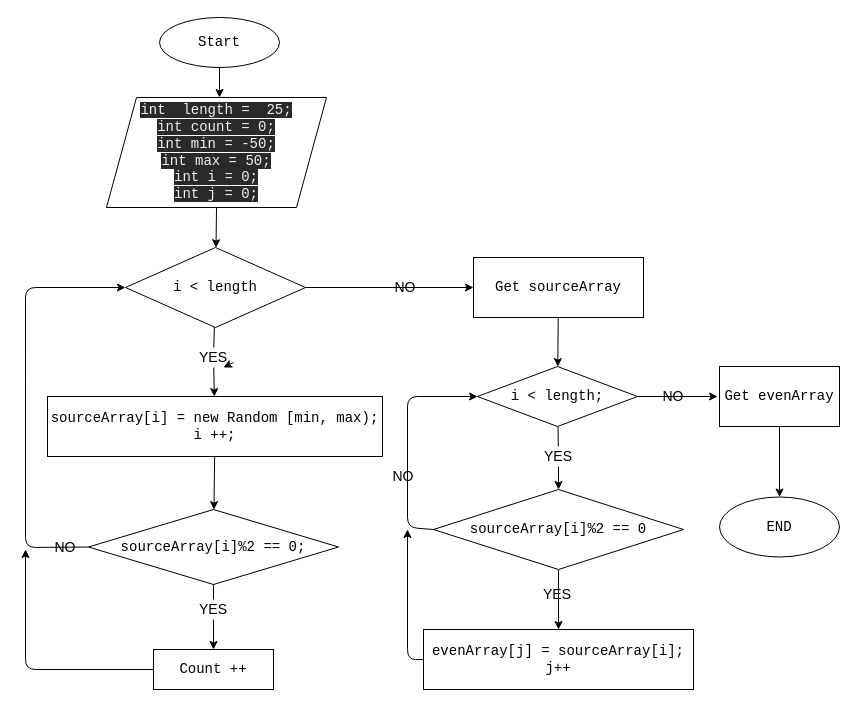
This is Algorithm.drawio from NataSola/FinalWork, a draw.io file, before an edit. Source tidied: cells renumbered, new cells numbered last; positions are measured from the earlier drawing's top-left corner, leaving out a move shared by most shapes. Both pictures are drawn from the tidied source at 100%, with x=0, y=0 at pixel (25, 17).
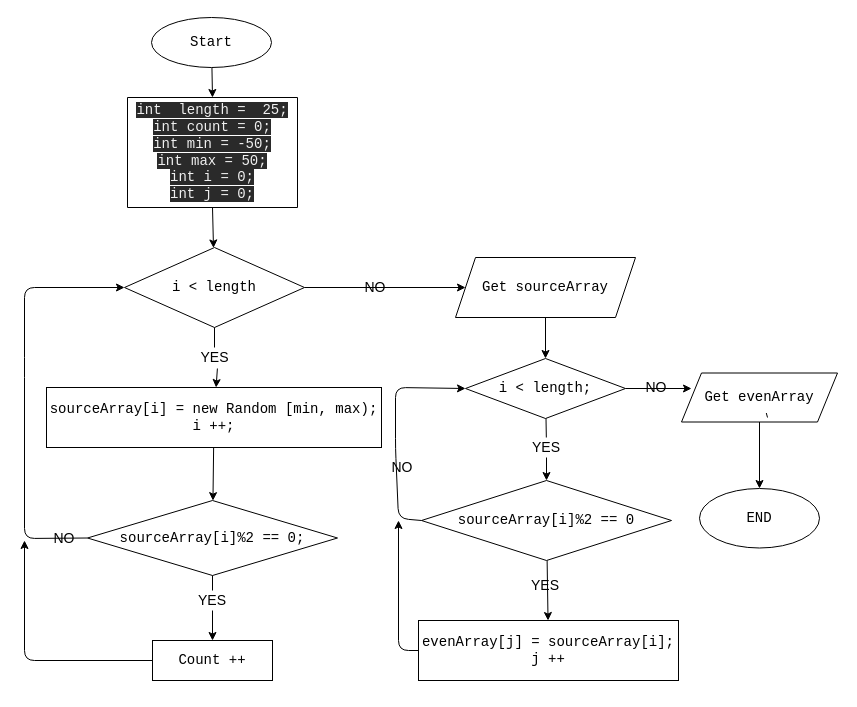
The same diagram, later.

Diff of the diagram source:
```diff
@@
-    <mxCell id="2" style="edgeStyle=none;html=1;" parent="1" edge="1" source="3">
-      <mxGeometry relative="1" as="geometry">
-        <mxPoint x="194" y="80" as="targetPoint" />
-      </mxGeometry>
+    <mxCell id="2" style="edgeStyle=none;html=1;entryX=0.5;entryY=0;entryDx=0;entryDy=0;" parent="1" edge="1" source="3" target="21">
+      <mxGeometry relative="1" as="geometry" />
     </mxCell>
     <mxCell id="3" value="Start" style="ellipse;whiteSpace=wrap;html=1;fontSize=14;fontFamily=Courier New;" parent="1" vertex="1">
-      <mxGeometry x="134" width="120" height="50" as="geometry" />
+      <mxGeometry x="126" width="120" height="50" as="geometry" />
     </mxCell>
@@
-    <mxCell id="5" style="edgeStyle=none;html=1;fontSize=14;" parent="1" edge="1" source="7" target="9">
+    <mxCell id="5" style="edgeStyle=none;html=1;fontSize=14;entryX=0;entryY=0.5;entryDx=0;entryDy=0;" parent="1" edge="1" source="7" target="9">
       <mxGeometry relative="1" as="geometry" />
     </mxCell>
-    <mxCell id="6" style="edgeStyle=none;html=1;fontSize=14;startArrow=none;" parent="1" edge="1" source="13" target="11">
-      <mxGeometry relative="1" as="geometry" />
+    <mxCell id="6" style="edgeStyle=none;html=1;fontSize=14;startArrow=none;" parent="1" edge="1" target="11">
+      <mxGeometry relative="1" as="geometry">
+        <mxPoint x="191.9" y="351" as="sourcePoint" />
+      </mxGeometry>
     </mxCell>
     <mxCell id="7" value="i &amp;lt; length" style="rhombus;whiteSpace=wrap;html=1;rounded=0;fontSize=14;fontFamily=Courier New;" parent="1" vertex="1">
-      <mxGeometry x="100" y="230" width="180" height="80" as="geometry" />
+      <mxGeometry x="99" y="230" width="180" height="80" as="geometry" />
     </mxCell>
-    <mxCell id="8" style="edgeStyle=none;html=1;fontFamily=Courier New;fontSize=14;" parent="1" edge="1" source="9" target="18">
+    <mxCell id="8" style="edgeStyle=none;html=1;fontFamily=Courier New;fontSize=14;exitX=0.5;exitY=1;exitDx=0;exitDy=0;" parent="1" edge="1" source="9" target="18">
       <mxGeometry relative="1" as="geometry" />
     </mxCell>
-    <mxCell id="9" value="Get sourceArray" style="whiteSpace=wrap;html=1;rounded=0;fontSize=14;fontFamily=Courier New;" parent="1" vertex="1">
-      <mxGeometry x="448" y="240" width="170" height="60" as="geometry" />
-    </mxCell>
     <mxCell id="10" style="edgeStyle=none;html=1;entryX=0;entryY=0.5;entryDx=0;entryDy=0;fontSize=14;exitX=0;exitY=0.5;exitDx=0;exitDy=0;" parent="1" edge="1" source="20" target="7">
       <mxGeometry relative="1" as="geometry">
         <Array as="points">
-          <mxPoint y="530" />
-          <mxPoint y="350" />
-          <mxPoint y="270" />
+          <mxPoint x="-1" y="521" />
+          <mxPoint x="-1" y="350" />
+          <mxPoint x="-1" y="270" />
         </Array>
       </mxGeometry>
     </mxCell>
     <mxCell id="11" value="sourceArray[i] = new Random [min, max);&lt;br&gt;i ++;" style="whiteSpace=wrap;html=1;rounded=0;fontSize=14;fontFamily=Courier New;" parent="1" vertex="1">
-      <mxGeometry x="22" y="379" width="335" height="60" as="geometry" />
+      <mxGeometry x="21" y="370" width="335" height="60" as="geometry" />
     </mxCell>
     <mxCell id="12" value="NO" style="text;html=1;strokeColor=none;fillColor=none;align=center;verticalAlign=middle;whiteSpace=wrap;rounded=0;fontSize=14;" parent="1" vertex="1">
-      <mxGeometry x="360" y="260" width="40" height="20" as="geometry" />
+      <mxGeometry x="330" y="250" width="40" height="40" as="geometry" />
     </mxCell>
     <mxCell id="13" value="YES" style="text;html=1;strokeColor=none;fillColor=none;align=center;verticalAlign=middle;whiteSpace=wrap;rounded=0;fontSize=14;" parent="1" vertex="1">
-      <mxGeometry x="168" y="330" width="40" height="20" as="geometry" />
+      <mxGeometry x="156.5" y="330" width="65" height="20" as="geometry" />
     </mxCell>
@@
-    <mxCell id="17" style="edgeStyle=none;html=1;fontFamily=Courier New;fontSize=14;" parent="1" edge="1" source="18">
+    <mxCell id="17" style="edgeStyle=none;html=1;fontFamily=Courier New;fontSize=14;entryX=0;entryY=0.5;entryDx=0;entryDy=0;" parent="1" edge="1" source="18">
       <mxGeometry relative="1" as="geometry">
-        <mxPoint x="692" y="379" as="targetPoint" />
+        <mxPoint x="666" y="371" as="targetPoint" />
       </mxGeometry>
     </mxCell>
     <mxCell id="18" value="i &amp;lt; length;" style="rhombus;whiteSpace=wrap;html=1;rounded=0;fontFamily=Courier New;fontSize=14;" parent="1" vertex="1">
-      <mxGeometry x="452" y="349" width="160" height="60" as="geometry" />
+      <mxGeometry x="440" y="341" width="160" height="60" as="geometry" />
     </mxCell>
@@
     <mxCell id="20" value="sourceArray[i]%2 == 0;" style="rhombus;whiteSpace=wrap;html=1;rounded=0;fontFamily=Courier New;fontSize=14;" parent="1" vertex="1">
-      <mxGeometry x="63" y="492" width="250" height="75" as="geometry" />
+      <mxGeometry x="62" y="483" width="250" height="75" as="geometry" />
     </mxCell>
-    <mxCell id="21" value="&#10;&#10;&lt;span style=&quot;color: rgb(240, 240, 240); font-family: &amp;quot;courier new&amp;quot;; font-size: 14px; font-style: normal; font-weight: 400; letter-spacing: normal; text-align: center; text-indent: 0px; text-transform: none; word-spacing: 0px; background-color: rgb(42, 42, 42); display: inline; float: none;&quot;&gt;int&amp;nbsp; length =&amp;nbsp; 25;&lt;/span&gt;&lt;br style=&quot;color: rgb(240, 240, 240); font-family: &amp;quot;courier new&amp;quot;; font-size: 14px; font-style: normal; font-weight: 400; letter-spacing: normal; text-align: center; text-indent: 0px; text-transform: none; word-spacing: 0px; background-color: rgb(42, 42, 42);&quot;&gt;&lt;span style=&quot;color: rgb(240, 240, 240); font-family: &amp;quot;courier new&amp;quot;; font-size: 14px; font-style: normal; font-weight: 400; letter-spacing: normal; text-align: center; text-indent: 0px; text-transform: none; word-spacing: 0px; background-color: rgb(42, 42, 42); display: inline; float: none;&quot;&gt;int count = 0;&lt;/span&gt;&lt;br style=&quot;color: rgb(240, 240, 240); font-family: &amp;quot;courier new&amp;quot;; font-size: 14px; font-style: normal; font-weight: 400; letter-spacing: normal; text-align: center; text-indent: 0px; text-transform: none; word-spacing: 0px; background-color: rgb(42, 42, 42);&quot;&gt;&lt;span style=&quot;color: rgb(240, 240, 240); font-family: &amp;quot;courier new&amp;quot;; font-size: 14px; font-style: normal; font-weight: 400; letter-spacing: normal; text-align: center; text-indent: 0px; text-transform: none; word-spacing: 0px; background-color: rgb(42, 42, 42); display: inline; float: none;&quot;&gt;int min = -50;&lt;/span&gt;&lt;br style=&quot;color: rgb(240, 240, 240); font-family: &amp;quot;courier new&amp;quot;; font-size: 14px; font-style: normal; font-weight: 400; letter-spacing: normal; text-align: center; text-indent: 0px; text-transform: none; word-spacing: 0px; background-color: rgb(42, 42, 42);&quot;&gt;&lt;span style=&quot;color: rgb(240, 240, 240); font-family: &amp;quot;courier new&amp;quot;; font-size: 14px; font-style: normal; font-weight: 400; letter-spacing: normal; text-align: center; text-indent: 0px; text-transform: none; word-spacing: 0px; background-color: rgb(42, 42, 42); display: inline; float: none;&quot;&gt;int max = 50;&lt;/span&gt;&lt;br style=&quot;color: rgb(240, 240, 240); font-family: &amp;quot;courier new&amp;quot;; font-size: 14px; font-style: normal; font-weight: 400; letter-spacing: normal; text-align: center; text-indent: 0px; text-transform: none; word-spacing: 0px; background-color: rgb(42, 42, 42);&quot;&gt;&lt;span style=&quot;color: rgb(240, 240, 240); font-family: &amp;quot;courier new&amp;quot;; font-size: 14px; font-style: normal; font-weight: 400; letter-spacing: normal; text-align: center; text-indent: 0px; text-transform: none; word-spacing: 0px; background-color: rgb(42, 42, 42); display: inline; float: none;&quot;&gt;int i = 0;&lt;/span&gt;&lt;br style=&quot;color: rgb(240, 240, 240); font-family: &amp;quot;courier new&amp;quot;; font-size: 14px; font-style: normal; font-weight: 400; letter-spacing: normal; text-align: center; text-indent: 0px; text-transform: none; word-spacing: 0px; background-color: rgb(42, 42, 42);&quot;&gt;&lt;span style=&quot;color: rgb(240, 240, 240); font-family: &amp;quot;courier new&amp;quot;; font-size: 14px; font-style: normal; font-weight: 400; letter-spacing: normal; text-align: center; text-indent: 0px; text-transform: none; word-spacing: 0px; background-color: rgb(42, 42, 42); display: inline; float: none;&quot;&gt;int j = 0;&lt;/span&gt;&#10;&#10;" style="shape=parallelogram;perimeter=parallelogramPerimeter;whiteSpace=wrap;html=1;fixedSize=1;fontFamily=Courier New;fontSize=14;size=30;" parent="1" vertex="1">
-      <mxGeometry x="81" y="80" width="220" height="110" as="geometry" />
+    <mxCell id="21" value="&#10;&#10;&lt;span style=&quot;color: rgb(240, 240, 240); font-family: &amp;quot;courier new&amp;quot;; font-size: 14px; font-style: normal; font-weight: 400; letter-spacing: normal; text-align: center; text-indent: 0px; text-transform: none; word-spacing: 0px; background-color: rgb(42, 42, 42); display: inline; float: none;&quot;&gt;int&amp;nbsp; length =&amp;nbsp; 25;&lt;/span&gt;&lt;br style=&quot;color: rgb(240, 240, 240); font-family: &amp;quot;courier new&amp;quot;; font-size: 14px; font-style: normal; font-weight: 400; letter-spacing: normal; text-align: center; text-indent: 0px; text-transform: none; word-spacing: 0px; background-color: rgb(42, 42, 42);&quot;&gt;&lt;span style=&quot;color: rgb(240, 240, 240); font-family: &amp;quot;courier new&amp;quot;; font-size: 14px; font-style: normal; font-weight: 400; letter-spacing: normal; text-align: center; text-indent: 0px; text-transform: none; word-spacing: 0px; background-color: rgb(42, 42, 42); display: inline; float: none;&quot;&gt;int count = 0;&lt;/span&gt;&lt;br style=&quot;color: rgb(240, 240, 240); font-family: &amp;quot;courier new&amp;quot;; font-size: 14px; font-style: normal; font-weight: 400; letter-spacing: normal; text-align: center; text-indent: 0px; text-transform: none; word-spacing: 0px; background-color: rgb(42, 42, 42);&quot;&gt;&lt;span style=&quot;color: rgb(240, 240, 240); font-family: &amp;quot;courier new&amp;quot;; font-size: 14px; font-style: normal; font-weight: 400; letter-spacing: normal; text-align: center; text-indent: 0px; text-transform: none; word-spacing: 0px; background-color: rgb(42, 42, 42); display: inline; float: none;&quot;&gt;int min = -50;&lt;/span&gt;&lt;br style=&quot;color: rgb(240, 240, 240); font-family: &amp;quot;courier new&amp;quot;; font-size: 14px; font-style: normal; font-weight: 400; letter-spacing: normal; text-align: center; text-indent: 0px; text-transform: none; word-spacing: 0px; background-color: rgb(42, 42, 42);&quot;&gt;&lt;span style=&quot;color: rgb(240, 240, 240); font-family: &amp;quot;courier new&amp;quot;; font-size: 14px; font-style: normal; font-weight: 400; letter-spacing: normal; text-align: center; text-indent: 0px; text-transform: none; word-spacing: 0px; background-color: rgb(42, 42, 42); display: inline; float: none;&quot;&gt;int max = 50;&lt;/span&gt;&lt;br style=&quot;color: rgb(240, 240, 240); font-family: &amp;quot;courier new&amp;quot;; font-size: 14px; font-style: normal; font-weight: 400; letter-spacing: normal; text-align: center; text-indent: 0px; text-transform: none; word-spacing: 0px; background-color: rgb(42, 42, 42);&quot;&gt;&lt;span style=&quot;color: rgb(240, 240, 240); font-family: &amp;quot;courier new&amp;quot;; font-size: 14px; font-style: normal; font-weight: 400; letter-spacing: normal; text-align: center; text-indent: 0px; text-transform: none; word-spacing: 0px; background-color: rgb(42, 42, 42); display: inline; float: none;&quot;&gt;int i = 0;&lt;/span&gt;&lt;br style=&quot;color: rgb(240, 240, 240); font-family: &amp;quot;courier new&amp;quot;; font-size: 14px; font-style: normal; font-weight: 400; letter-spacing: normal; text-align: center; text-indent: 0px; text-transform: none; word-spacing: 0px; background-color: rgb(42, 42, 42);&quot;&gt;&lt;span style=&quot;color: rgb(240, 240, 240); font-family: &amp;quot;courier new&amp;quot;; font-size: 14px; font-style: normal; font-weight: 400; letter-spacing: normal; text-align: center; text-indent: 0px; text-transform: none; word-spacing: 0px; background-color: rgb(42, 42, 42); display: inline; float: none;&quot;&gt;int j = 0;&lt;/span&gt;&#10;&#10;" style="shape=parallelogram;perimeter=parallelogramPerimeter;whiteSpace=wrap;html=1;fixedSize=1;fontFamily=Courier New;fontSize=14;size=-19;" parent="1" vertex="1">
+      <mxGeometry x="102" y="80" width="170" height="110" as="geometry" />
     </mxCell>
     <mxCell id="22" style="edgeStyle=none;html=1;exitX=0;exitY=0.5;exitDx=0;exitDy=0;fontFamily=Courier New;fontSize=14;" parent="1" edge="1" source="23">
       <mxGeometry relative="1" as="geometry">
-        <mxPoint y="532" as="targetPoint" />
+        <mxPoint x="-1" y="523" as="targetPoint" />
         <Array as="points">
-          <mxPoint y="652" />
+          <mxPoint x="-1" y="643" />
         </Array>
       </mxGeometry>
     </mxCell>
     <mxCell id="23" value="Count ++" style="whiteSpace=wrap;html=1;rounded=0;fontFamily=Courier New;fontSize=14;" parent="1" vertex="1">
-      <mxGeometry x="128" y="632" width="120" height="40" as="geometry" />
+      <mxGeometry x="127" y="623" width="120" height="40" as="geometry" />
     </mxCell>
     <mxCell id="24" value="YES" style="text;html=1;strokeColor=none;fillColor=none;align=center;verticalAlign=middle;whiteSpace=wrap;rounded=0;fontSize=14;" parent="1" vertex="1">
-      <mxGeometry x="168" y="582" width="40" height="20" as="geometry" />
+      <mxGeometry x="167" y="573" width="40" height="20" as="geometry" />
     </mxCell>
@@
     <mxCell id="26" value="NO" style="text;html=1;strokeColor=none;fillColor=none;align=center;verticalAlign=middle;whiteSpace=wrap;rounded=0;fontSize=14;" parent="1" vertex="1">
-      <mxGeometry x="20" y="519.5" width="40" height="20" as="geometry" />
+      <mxGeometry x="19" y="510.5" width="40" height="20" as="geometry" />
     </mxCell>
@@
     <mxCell id="28" value="sourceArray[i]%2 == 0" style="rhombus;whiteSpace=wrap;html=1;rounded=0;fontFamily=Courier New;fontSize=14;" parent="1" vertex="1">
-      <mxGeometry x="408" y="472" width="250" height="80" as="geometry" />
+      <mxGeometry x="396" y="463" width="250" height="80" as="geometry" />
     </mxCell>
     <mxCell id="29" style="endArrow=classic;html=1;fontFamily=Courier New;fontSize=14;entryX=0;entryY=0.5;entryDx=0;entryDy=0;exitX=0;exitY=0.5;exitDx=0;exitDy=0;" parent="1" edge="1" source="28" target="18">
       <mxGeometry relative="1" as="geometry">
         <Array as="points">
-          <mxPoint x="382" y="510" />
-          <mxPoint x="382" y="379" />
+          <mxPoint x="373" y="501" />
+          <mxPoint x="370" y="431" />
+          <mxPoint x="370" y="370" />
         </Array>
       </mxGeometry>
     </mxCell>
     <mxCell id="30" value="YES" style="text;html=1;strokeColor=none;fillColor=none;align=center;verticalAlign=middle;whiteSpace=wrap;rounded=0;fontSize=14;" parent="1" vertex="1">
-      <mxGeometry x="513" y="429" width="40" height="20" as="geometry" />
+      <mxGeometry x="501" y="420" width="40" height="20" as="geometry" />
     </mxCell>
@@
     <mxCell id="32" value="NO" style="text;html=1;strokeColor=none;fillColor=none;align=center;verticalAlign=middle;whiteSpace=wrap;rounded=0;fontSize=14;" parent="1" vertex="1">
-      <mxGeometry x="358" y="449" width="40" height="20" as="geometry" />
+      <mxGeometry x="357" y="440" width="40" height="20" as="geometry" />
     </mxCell>
-    <mxCell id="33" style="edgeStyle=none;html=1;fontFamily=Courier New;fontSize=14;" parent="1" edge="1" source="34" target="39">
-      <mxGeometry relative="1" as="geometry" />
+    <mxCell id="33" style="edgeStyle=none;html=1;fontFamily=Courier New;fontSize=14;startArrow=none;" parent="1" edge="1" target="39">
+      <mxGeometry relative="1" as="geometry">
+        <mxPoint x="734" y="395.5" as="sourcePoint" />
+      </mxGeometry>
     </mxCell>
-    <mxCell id="34" value="Get evenArray" style="rounded=0;whiteSpace=wrap;html=1;fontFamily=Courier New;fontSize=14;" parent="1" vertex="1">
-      <mxGeometry x="694" y="349" width="120" height="60" as="geometry" />
-    </mxCell>
     <mxCell id="35" value="NO" style="text;html=1;strokeColor=none;fillColor=none;align=center;verticalAlign=middle;whiteSpace=wrap;rounded=0;fontSize=14;" parent="1" vertex="1">
-      <mxGeometry x="628" y="369" width="40" height="20" as="geometry" />
+      <mxGeometry x="611" y="360" width="40" height="20" as="geometry" />
     </mxCell>
-    <mxCell id="36" value="evenArray[j] = sourceArray[i];&lt;br&gt;j++" style="whiteSpace=wrap;html=1;rounded=0;fontFamily=Courier New;fontSize=14;" parent="1" vertex="1">
-      <mxGeometry x="398" y="612" width="270" height="60" as="geometry" />
+    <mxCell id="36" value="evenArray[j] = sourceArray[i];&lt;br&gt;j ++" style="whiteSpace=wrap;html=1;rounded=0;fontFamily=Courier New;fontSize=14;" parent="1" vertex="1">
+      <mxGeometry x="393" y="603" width="260" height="60" as="geometry" />
     </mxCell>
     <mxCell id="37" value="YES" style="text;html=1;strokeColor=none;fillColor=none;align=center;verticalAlign=middle;whiteSpace=wrap;rounded=0;fontSize=14;" parent="1" vertex="1">
-      <mxGeometry x="512" y="567" width="40" height="20" as="geometry" />
+      <mxGeometry x="500" y="558" width="40" height="20" as="geometry" />
     </mxCell>
     <mxCell id="38" style="endArrow=classic;html=1;fontFamily=Courier New;fontSize=14;exitX=0;exitY=0.5;exitDx=0;exitDy=0;" parent="1" edge="1" source="36">
       <mxGeometry relative="1" as="geometry">
-        <mxPoint x="382" y="512" as="targetPoint" />
+        <mxPoint x="373" y="503" as="targetPoint" />
         <Array as="points">
-          <mxPoint x="382" y="642" />
+          <mxPoint x="373" y="633" />
         </Array>
       </mxGeometry>
     </mxCell>
     <mxCell id="39" value="END" style="ellipse;whiteSpace=wrap;html=1;rounded=0;fontFamily=Courier New;fontSize=14;" parent="1" vertex="1">
-      <mxGeometry x="694" y="479.5" width="120" height="60" as="geometry" />
+      <mxGeometry x="674" y="471" width="120" height="59.5" as="geometry" />
     </mxCell>
-    <mxCell id="40" style="edgeStyle=none;html=1;exitX=1;exitY=0.75;exitDx=0;exitDy=0;entryX=0.75;entryY=1;entryDx=0;entryDy=0;fontFamily=Courier New;fontSize=14;" parent="1" edge="1" source="13" target="13">
-      <mxGeometry relative="1" as="geometry" />
-    </mxCell>
+    <mxCell id="9" value="&lt;span style=&quot;font-family: &amp;#34;courier new&amp;#34; ; font-size: 14px&quot;&gt;Get sourceArray&lt;/span&gt;" style="shape=parallelogram;perimeter=parallelogramPerimeter;whiteSpace=wrap;html=1;fixedSize=1;" parent="1" vertex="1">
+      <mxGeometry x="430" y="240" width="180" height="60" as="geometry" />
+    </mxCell>
+    <mxCell id="34" value="&lt;span style=&quot;font-family: &amp;#34;courier new&amp;#34; ; font-size: 14px&quot;&gt;Get evenArray&lt;/span&gt;" style="shape=parallelogram;perimeter=parallelogramPerimeter;whiteSpace=wrap;html=1;fixedSize=1;" parent="1" vertex="1">
+      <mxGeometry x="656" y="355.5" width="156" height="49" as="geometry" />
+    </mxCell>
+    <mxCell id="41" style="edgeStyle=none;html=1;fontFamily=Courier New;fontSize=14;endArrow=none;" parent="1" edge="1">
+      <mxGeometry relative="1" as="geometry">
+        <mxPoint x="742" y="400" as="sourcePoint" />
+        <mxPoint x="740.8" y="395.5" as="targetPoint" />
+      </mxGeometry>
+    </mxCell>
```
